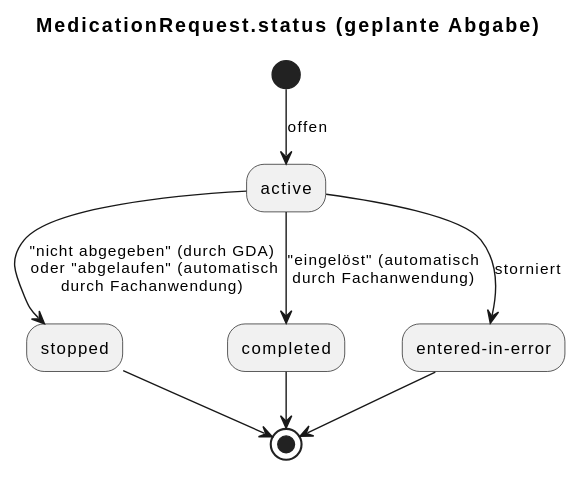
HL7Austria/ELGA-e-Medikation-R4 keeps this PlantUML diagram as input/images/plantuml/stateDiagram_mr_status_geplante_abgabe.svg. Above is the earlier version.
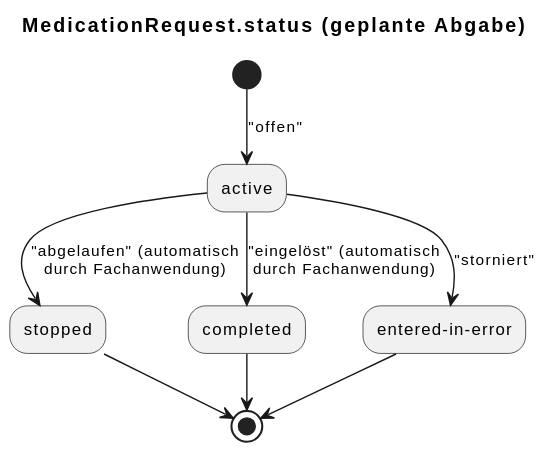
The same file after the commit.

Commit message:
Remove status "nicht abgegeben"

What changed in the source:
```diff
@@ -1,10 +1,10 @@
 @startuml
 title MedicationRequest.status (geplante Abgabe)
 
-(*) --> [offen] active
-active --> ["nicht abgegeben" (durch GDA)\n oder "abgelaufen" (automatisch\ndurch Fachanwendung)] stopped
+(*) --> ["offen"] active
+active --> ["abgelaufen" (automatisch\ndurch Fachanwendung)] stopped
 active --> ["eingelöst" (automatisch\ndurch Fachanwendung)] completed
-active --> [storniert] entered-in-error
+active --> ["storniert"] entered-in-error
 stopped --> (*)
 "entered-in-error" --> (*)
 completed --> (*)
```
